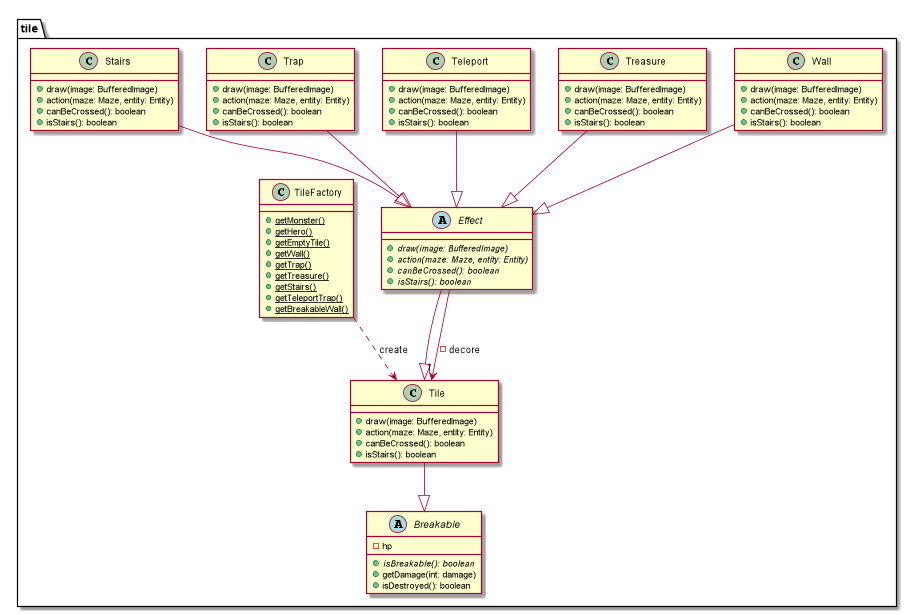
The PlantUML diagram doc/third_sprint/diagrams/class/tiles.png in Reynault/ACL_2019_Zelpop, before a commit. Its diagram source:
```plantuml
@startuml
package tile{

    class Tile{
        + draw(image: BufferedImage)
        + action(maze: Maze, entity: Entity)
        + canBeCrossed(): boolean
        + isStairs(): boolean
    }

    class Wall{
        + draw(image: BufferedImage)
        + action(maze: Maze, entity: Entity)
        + canBeCrossed(): boolean
        + isStairs(): boolean
    }

    class Treasure{
        + draw(image: BufferedImage)
        + action(maze: Maze, entity: Entity)
        + canBeCrossed(): boolean
        + isStairs(): boolean
    }

    abstract Breakable{
        - hp
        + {abstract} isBreakable(): boolean
        + getDamage(int: damage)
        + isDestroyed(): boolean
    }

    class Teleport{
        + draw(image: BufferedImage)
        + action(maze: Maze, entity: Entity)
        + canBeCrossed(): boolean
        + isStairs(): boolean
    }

    class Trap{
        + draw(image: BufferedImage)
        + action(maze: Maze, entity: Entity)
        + canBeCrossed(): boolean
        + isStairs(): boolean
    }

    abstract Effect{
        + {abstract} draw(image: BufferedImage)
        + {abstract} action(maze: Maze, entity: Entity)
        + {abstract} canBeCrossed(): boolean
        + {abstract} isStairs(): boolean
    }

    class Stairs{
        + draw(image: BufferedImage)
        + action(maze: Maze, entity: Entity)
        + canBeCrossed(): boolean
        + isStairs(): boolean
    }

    class TileFactory{
        + {static}getMonster()
        + {static}getHero()
        + {static}getEmptyTile()
        + {static}getWall()
        + {static}getTrap()
        + {static}getTreasure()
        + {static}getStairs()
        + {static}getTeleportTrap()
        + {static}getBreakableWall()
    }

}

Wall --|> Effect
Effect --|> Tile
Effect --> "1" Tile : -decore
Trap --|> Effect
Treasure --|> Effect
Stairs --|> Effect
Teleport --|> Effect

Tile --|> Breakable

TileFactory ..> Tile : create

@enduml
```
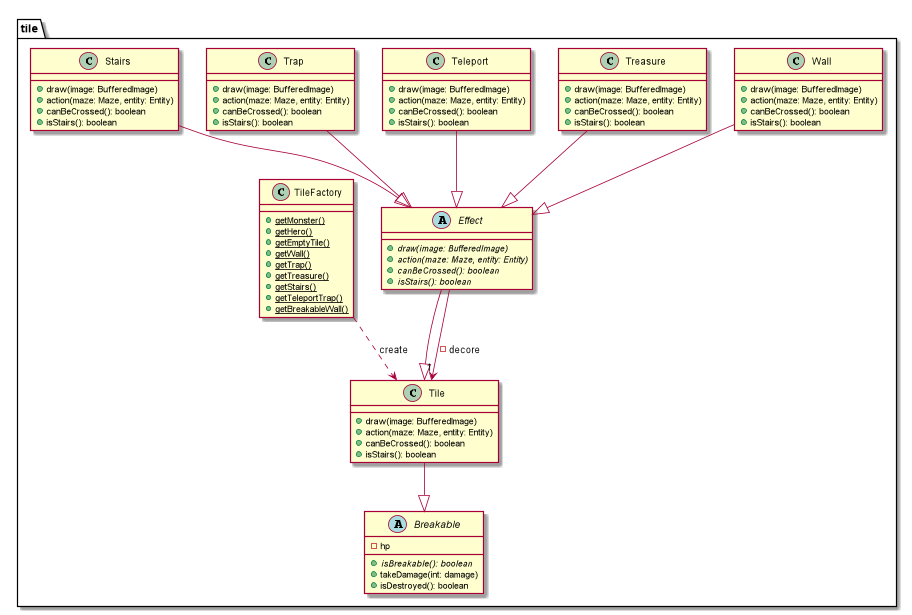
The same file after the commit.

The edit, as a diff of the source:
```diff
@@ -25,7 +25,7 @@
     abstract Breakable{
         - hp
         + {abstract} isBreakable(): boolean
-        + getDamage(int: damage)
+        + takeDamage(int: damage)
         + isDestroyed(): boolean
     }
 
```
